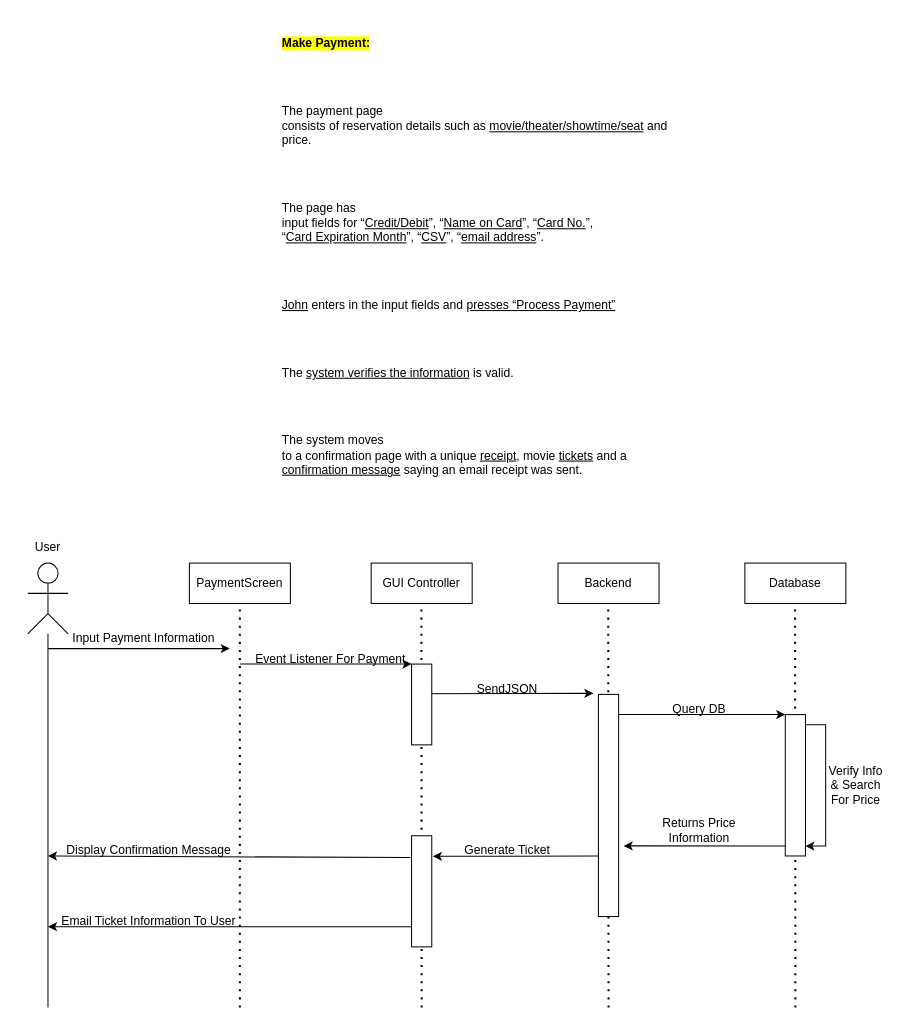
Earlier version of the draw.io diagram docs/System Interaction Diagrams/MakePaymentSelectionSystemInteraction.drawio (Dele-Oyelese/ENSF614_Project). Source tidied: cells renumbered, new cells numbered last; positions are measured from the earlier drawing's top-left corner, leaving out a move shared by most shapes. Both pictures are drawn from the tidied source at 101%, with x=0, y=0 at pixel (17, 17).
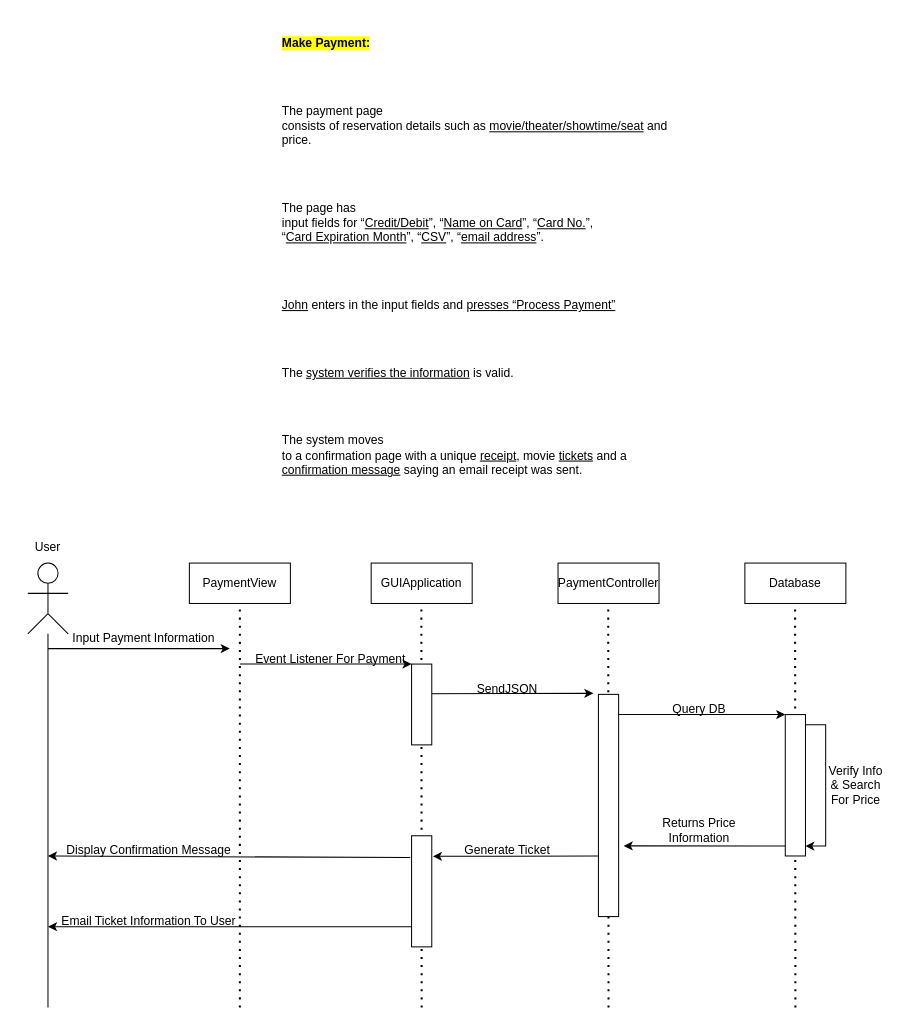
The same page after the edit.

Change to the diagram source:
```diff
@@
-    <mxCell id="3" value="PaymentScreen" style="rounded=0;whiteSpace=wrap;html=1;" parent="1" vertex="1">
+    <mxCell id="3" value="PaymentView" style="rounded=0;whiteSpace=wrap;html=1;" parent="1" vertex="1">
       <mxGeometry x="170" y="540" width="100" height="40" as="geometry" />
     </mxCell>
-    <mxCell id="4" value="GUI Controller" style="rounded=0;whiteSpace=wrap;html=1;" parent="1" vertex="1">
+    <mxCell id="4" value="GUIApplication" style="rounded=0;whiteSpace=wrap;html=1;" parent="1" vertex="1">
       <mxGeometry x="350" y="540" width="100" height="40" as="geometry" />
     </mxCell>
-    <mxCell id="5" value="Backend" style="rounded=0;whiteSpace=wrap;html=1;" parent="1" vertex="1">
+    <mxCell id="5" value="PaymentController" style="rounded=0;whiteSpace=wrap;html=1;" parent="1" vertex="1">
       <mxGeometry x="535" y="540" width="100" height="40" as="geometry" />
     </mxCell>
```
